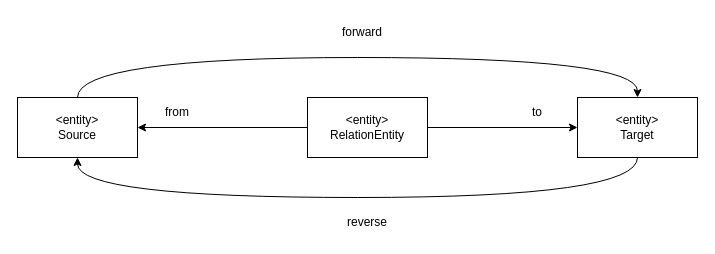
Earlier version of the draw.io diagram page "Relation Entity" (4 of 4) of io.opencaesar.oml.specification/oml-spec.drawio (opencaesar/oml). Source tidied: cells renumbered, new cells numbered last; positions are measured from the earlier drawing's top-left corner, leaving out a move shared by most shapes. Both pictures are drawn from the tidied source at 100%, with x=0, y=0 at pixel (17, 17).
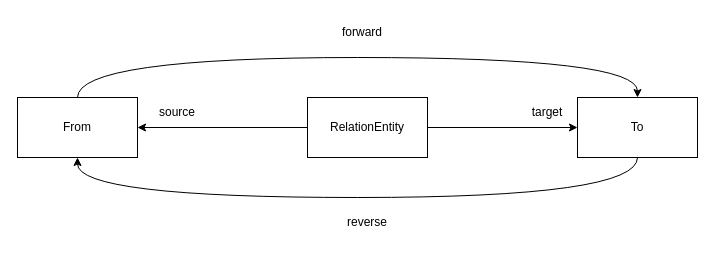
The same page after the edit.

Commit message (it also covers changes not shown here):
Improving the language reference section of the spec*

Change to the diagram source:
```diff
@@
 <mxGraphModel>
   <root>
     <mxCell id="0" />
     <mxCell id="1" parent="0" />
     <mxCell id="2" style="edgeStyle=orthogonalEdgeStyle;rounded=0;jettySize=auto;html=1;exitX=0.5;exitY=0;exitDx=0;exitDy=0;entryX=0.5;entryY=0;entryDx=0;entryDy=0;curved=1;" parent="1" edge="1" source="3" target="5">
       <mxGeometry relative="1" as="geometry">
         <Array as="points">
           <mxPoint x="60" y="40" />
           <mxPoint x="620" y="40" />
         </Array>
       </mxGeometry>
     </mxCell>
-    <mxCell id="3" value="&amp;lt;entity&amp;gt;&lt;br&gt;Source" style="rounded=0;whiteSpace=wrap;html=1;" parent="1" vertex="1">
+    <mxCell id="3" value="From" style="rounded=0;whiteSpace=wrap;html=1;" parent="1" vertex="1">
       <mxGeometry y="80" width="120" height="60" as="geometry" />
     </mxCell>
     <mxCell id="4" style="edgeStyle=orthogonalEdgeStyle;rounded=0;jettySize=auto;html=1;entryX=0.5;entryY=1;entryDx=0;entryDy=0;exitX=0.5;exitY=1;exitDx=0;exitDy=0;curved=1;" parent="1" edge="1" source="5" target="3">
       <mxGeometry relative="1" as="geometry">
         <Array as="points">
           <mxPoint x="620" y="180" />
           <mxPoint x="60" y="180" />
         </Array>
       </mxGeometry>
     </mxCell>
-    <mxCell id="5" value="&amp;lt;entity&amp;gt;&lt;br&gt;Target" style="rounded=0;whiteSpace=wrap;html=1;" parent="1" vertex="1">
+    <mxCell id="5" value="To" style="rounded=0;whiteSpace=wrap;html=1;" parent="1" vertex="1">
       <mxGeometry x="560" y="80" width="120" height="60" as="geometry" />
     </mxCell>
     <mxCell id="6" style="edgeStyle=orthogonalEdgeStyle;rounded=0;jettySize=auto;html=1;entryX=1;entryY=0.5;entryDx=0;entryDy=0;" parent="1" edge="1" source="8" target="3">
       <mxGeometry relative="1" as="geometry" />
     </mxCell>
     <mxCell id="7" style="edgeStyle=orthogonalEdgeStyle;rounded=0;jettySize=auto;html=1;" parent="1" edge="1" source="8" target="5">
       <mxGeometry relative="1" as="geometry" />
     </mxCell>
-    <mxCell id="8" value="&amp;lt;entity&amp;gt;&lt;br&gt;RelationEntity" style="rounded=0;whiteSpace=wrap;html=1;" parent="1" vertex="1">
+    <mxCell id="8" value="RelationEntity" style="rounded=0;whiteSpace=wrap;html=1;" parent="1" vertex="1">
       <mxGeometry x="290" y="80" width="120" height="60" as="geometry" />
     </mxCell>
-    <mxCell id="9" value="from" style="text;html=1;strokeColor=none;fillColor=none;align=center;verticalAlign=middle;whiteSpace=wrap;rounded=0;" parent="1" vertex="1">
+    <mxCell id="9" value="source" style="text;html=1;strokeColor=none;fillColor=none;align=center;verticalAlign=middle;whiteSpace=wrap;rounded=0;" parent="1" vertex="1">
       <mxGeometry x="130" y="80" width="60" height="30" as="geometry" />
     </mxCell>
-    <mxCell id="10" value="to" style="text;html=1;strokeColor=none;fillColor=none;align=center;verticalAlign=middle;whiteSpace=wrap;rounded=0;" parent="1" vertex="1">
-      <mxGeometry x="490" y="80" width="60" height="30" as="geometry" />
+    <mxCell id="10" value="target" style="text;html=1;strokeColor=none;fillColor=none;align=center;verticalAlign=middle;whiteSpace=wrap;rounded=0;" parent="1" vertex="1">
+      <mxGeometry x="500" y="80" width="60" height="30" as="geometry" />
     </mxCell>
     <mxCell id="11" value="forward" style="text;html=1;strokeColor=none;fillColor=none;align=center;verticalAlign=middle;whiteSpace=wrap;rounded=0;" parent="1" vertex="1">
       <mxGeometry x="315" width="60" height="30" as="geometry" />
     </mxCell>
     <mxCell id="12" value="reverse" style="text;html=1;strokeColor=none;fillColor=none;align=center;verticalAlign=middle;whiteSpace=wrap;rounded=0;" parent="1" vertex="1">
       <mxGeometry x="320" y="190" width="60" height="30" as="geometry" />
     </mxCell>
   </root>
 </mxGraphModel>
```
